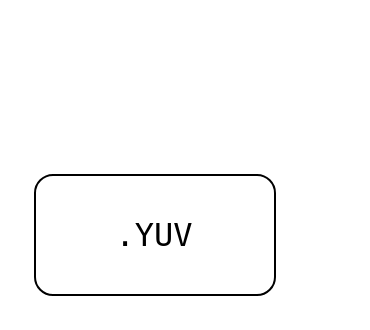
The draw.io diagram XML/ZTE_VCM_SR.drawio in Joeyrr/draw.io, before the edit. Source tidied: cells renumbered, new cells numbered last; positions are measured from the earlier drawing's top-left corner, leaving out a move shared by most shapes. Both pictures are drawn from the tidied source at 200%, with x=0, y=0 at pixel (34, 174).
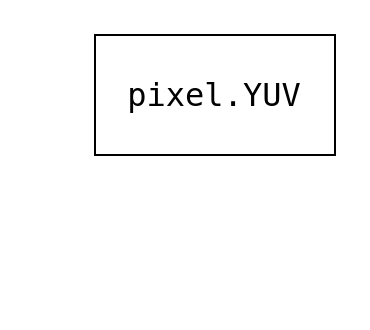
Above is the later version.

Change to the diagram source:
```diff
@@
 <mxGraphModel>
   <root>
     <mxCell id="0" />
     <mxCell id="1" parent="0" />
-    <mxCell id="2" value=".YUV" style="rounded=1;whiteSpace=wrap;html=1;fontFamily=Lucida Console;fontSize=16;" parent="1" vertex="1">
-      <mxGeometry width="120" height="60" as="geometry" />
-    </mxCell>
+    <mxCell id="3" value="pixel.YUV" style="rounded=0;whiteSpace=wrap;html=1;fontSize=16;fontFamily=Lucida Console;" parent="1" vertex="1">
+      <mxGeometry x="30" y="-70" width="120" height="60" as="geometry" />
+    </mxCell>
   </root>
 </mxGraphModel>
```
